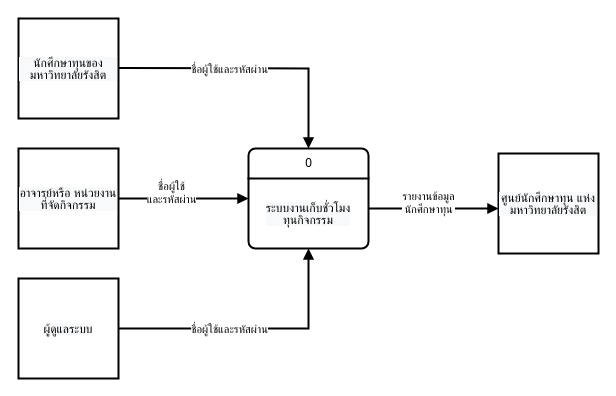
Above: page "Context Diagram" (2 of 4) of Entity Relationship Diagram.drawio in 8luex/collecting_scholarship (draw.io), before the change. Source tidied: cells renumbered, new cells numbered last; positions are measured from the earlier drawing's top-left corner, leaving out a move shared by most shapes. Both pictures are drawn from the tidied source at 100%, with x=0, y=0 at pixel (18, 18).
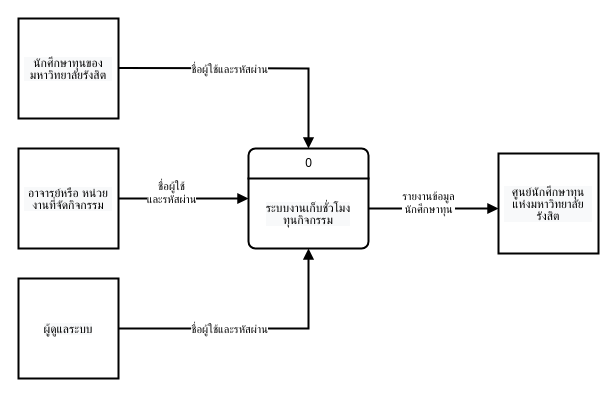
The same page after the edit.

Unchanged cells that the change refers to:
```xml
<mxCell id="8" value="&lt;p style=&quot;orphans: 2; text-indent: 0px; widows: 2; background-color: rgb(248, 249, 250); text-decoration-thickness: initial; text-decoration-style: initial; text-decoration-color: initial; line-height: 100%;&quot;&gt;&lt;font color=&quot;#000000&quot;&gt;ระบบงานเก็บชั่วโมง&lt;br&gt;ทุนกิจกรรม&lt;/font&gt;&lt;br&gt;&lt;/p&gt;" style="text;whiteSpace=wrap;html=1;fontColor=#095C86;align=center;verticalAlign=middle;" parent="4" vertex="1">
  <mxGeometry y="35" width="120" height="60" as="geometry" />
</mxCell>
<mxCell id="9" style="group;" parent="1" vertex="1">
  <mxGeometry width="100" height="100" as="geometry" />
</mxCell>
<mxCell id="12" style="group;" parent="1" vertex="1">
  <mxGeometry y="130" width="100" height="100" as="geometry" />
</mxCell>
<mxCell id="18" style="group;" parent="1" vertex="1">
  <mxGeometry x="480" y="135" width="100" height="100" as="geometry" />
</mxCell>
```

What changed in the source:
```diff
@@
     <mxCell id="11" value="&lt;p style=&quot;color: rgb(0, 0, 0); font-family: Helvetica; font-size: 12px; font-style: normal; font-variant-ligatures: normal; font-variant-caps: normal; font-weight: 400; letter-spacing: normal; orphans: 2; text-indent: 0px; text-transform: none; widows: 2; word-spacing: 0px; -webkit-text-stroke-width: 0px; background-color: rgb(248, 249, 250); text-decoration-thickness: initial; text-decoration-style: initial; text-decoration-color: initial; line-height: 100%;&quot;&gt;นักศึกษาทุนของ&lt;span style=&quot;background-color: initial;&quot;&gt;มหาวิทยาลัยรังสิต&lt;/span&gt;&lt;br&gt;&lt;/p&gt;" style="text;whiteSpace=wrap;html=1;fontColor=#095C86;align=center;verticalAlign=middle;" parent="9" vertex="1">
-      <mxGeometry y="20" width="100" height="60" as="geometry" />
+      <mxGeometry x="5" y="20" width="90" height="60" as="geometry" />
     </mxCell>
@@
     <mxCell id="14" value="&lt;p style=&quot;orphans: 2; text-indent: 0px; widows: 2; background-color: rgb(248, 249, 250); text-decoration-thickness: initial; text-decoration-style: initial; text-decoration-color: initial; line-height: 100%;&quot;&gt;&lt;font color=&quot;#000000&quot;&gt;อาจารย์หรือ หน่วยงานที่จัดกิจกรรม&lt;/font&gt;&lt;br&gt;&lt;/p&gt;" style="text;whiteSpace=wrap;html=1;fontColor=#095C86;align=center;verticalAlign=middle;" parent="12" vertex="1">
-      <mxGeometry y="20" width="100" height="60" as="geometry" />
+      <mxGeometry x="5" y="20" width="90" height="60" as="geometry" />
     </mxCell>
@@
     <mxCell id="20" value="&lt;p style=&quot;orphans: 2; text-indent: 0px; widows: 2; background-color: rgb(248, 249, 250); text-decoration-thickness: initial; text-decoration-style: initial; text-decoration-color: initial; line-height: 100%;&quot;&gt;&lt;font color=&quot;#000000&quot;&gt;ศูนย์นักศึกษาทุน แห่งมหาวิทยาลัยรังสิต&lt;/font&gt;&lt;br&gt;&lt;/p&gt;" style="text;whiteSpace=wrap;html=1;fontColor=#095C86;align=center;verticalAlign=middle;" parent="18" vertex="1">
-      <mxGeometry y="20" width="100" height="60" as="geometry" />
+      <mxGeometry x="5" y="20" width="90" height="60" as="geometry" />
     </mxCell>
@@
-    <mxCell id="23" value="&lt;font color=&quot;#000000&quot;&gt;ชื่อผู้ใช้&lt;br&gt;และรหัสผ่าน&lt;/font&gt;" style="html=1;verticalAlign=bottom;endArrow=block;rounded=0;strokeWidth=2;fontColor=#095C86;fillColor=none;entryX=0;entryY=0.25;entryDx=0;entryDy=0;entryPerimeter=0;exitX=1;exitY=0.5;exitDx=0;exitDy=0;" parent="1" edge="1" source="14" target="8">
+    <mxCell id="23" value="&lt;font color=&quot;#000000&quot;&gt;ชื่อผู้ใช้&lt;br&gt;และรหัสผ่าน&lt;/font&gt;" style="html=1;verticalAlign=bottom;endArrow=block;rounded=0;strokeWidth=2;fontColor=#095C86;fillColor=none;entryX=0;entryY=0.25;entryDx=0;entryDy=0;entryPerimeter=0;" parent="1" edge="1" target="8">
       <mxGeometry x="-0.18" y="-10" relative="1" as="geometry">
+        <mxPoint x="100" y="180" as="sourcePoint" />
         <Array as="points">
           <mxPoint x="180" y="180" />
         </Array>
       </mxGeometry>
     </mxCell>
```
